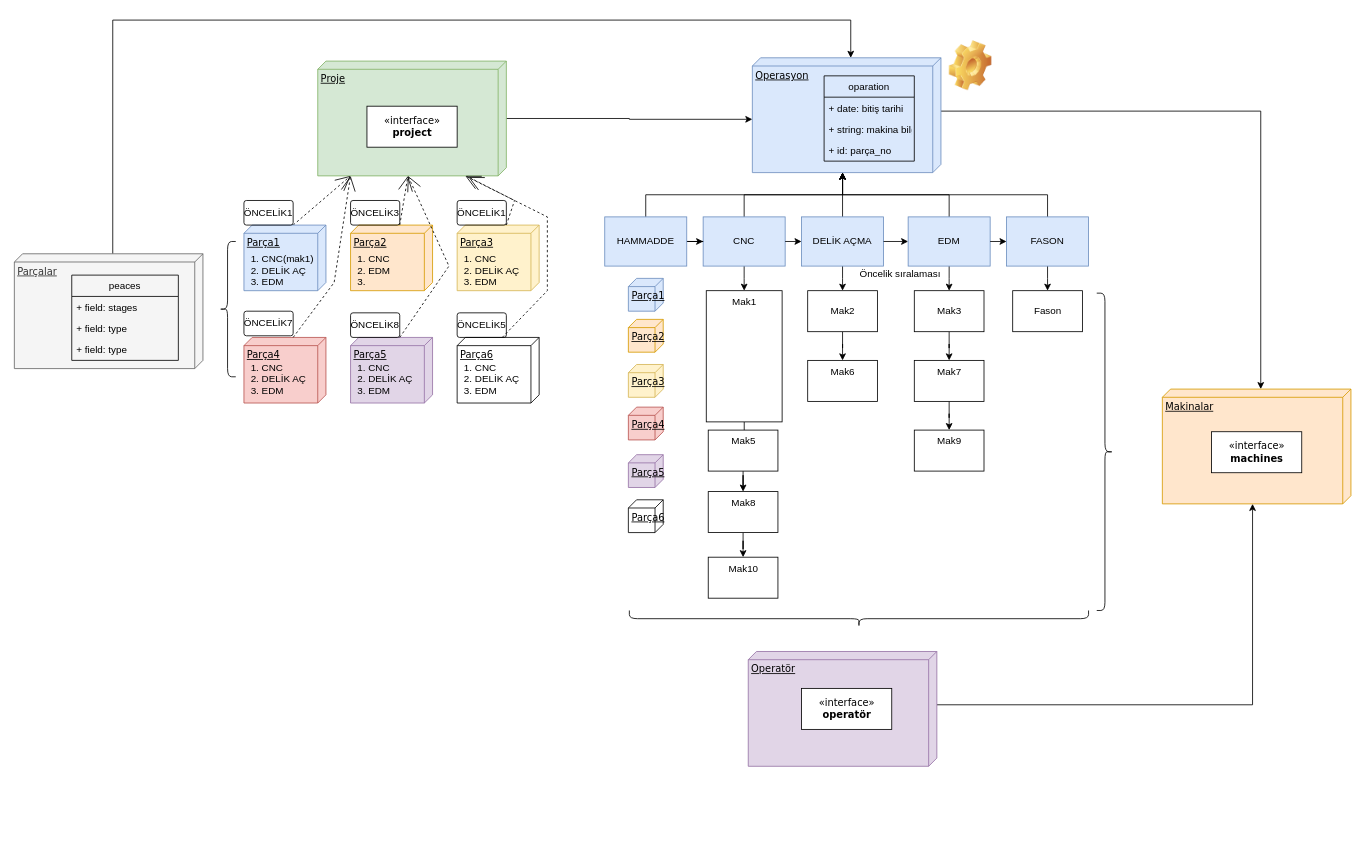
This is Untitled Diagram.drawio from aygunoz/Angular-Plannig-App-All-Frontend, a draw.io file, before an edit. Source tidied: cells renumbered, new cells numbered last; positions are measured from the earlier drawing's top-left corner, leaving out a move shared by most shapes. Both pictures are drawn from the tidied source at 82%, with x=0, y=0 at pixel (14, 20).
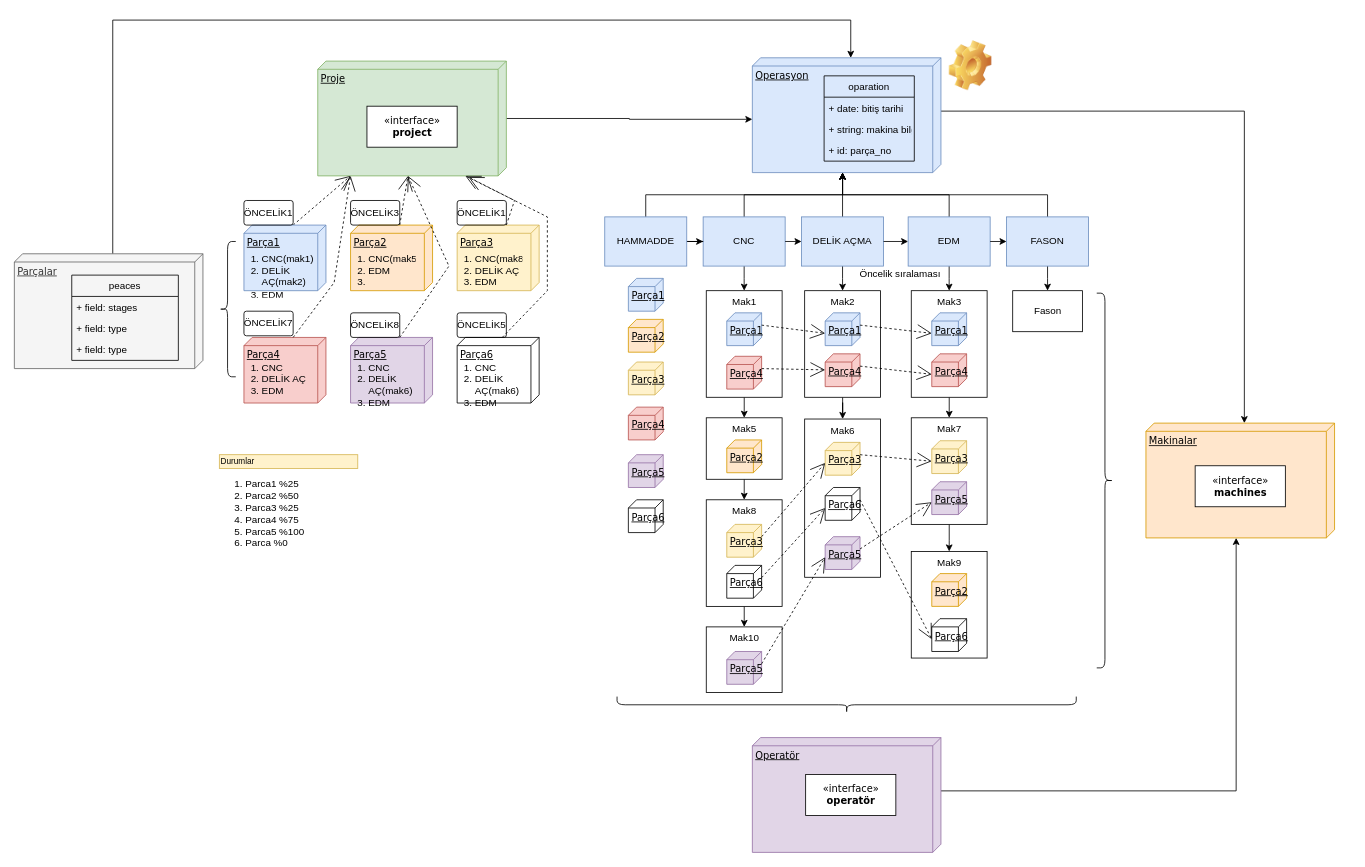
The same page after the edit.

Change to the diagram source:
```diff
@@
     <mxCell id="35" value="Makinalar" style="verticalAlign=top;align=left;spacingTop=8;spacingLeft=2;spacingRight=12;shape=cube;size=10;direction=south;fontStyle=4;html=1;rounded=0;shadow=0;comic=0;labelBackgroundColor=none;strokeWidth=1;fontFamily=Verdana;fontSize=12;fillColor=#ffe6cc;strokeColor=#d79b00;" parent="1" vertex="1">
-      <mxGeometry x="1400" y="450" width="230" height="140" as="geometry" />
+      <mxGeometry x="1380" y="491.5" width="230" height="140" as="geometry" />
     </mxCell>
     <mxCell id="36" value="&lt;div&gt;«interface»&lt;b&gt;&lt;br&gt;&lt;/b&gt;&lt;/div&gt;&lt;div&gt;&lt;b&gt;machines&lt;/b&gt;&lt;/div&gt;" style="html=1;rounded=0;shadow=0;comic=0;labelBackgroundColor=none;strokeWidth=1;fontFamily=Verdana;fontSize=12;align=center;" parent="1" vertex="1">
-      <mxGeometry x="1460" y="502" width="110" height="50" as="geometry" />
+      <mxGeometry x="1440" y="543.5" width="110" height="50" as="geometry" />
     </mxCell>
@@
     <mxCell id="38" value="Mak1" style="html=1;align=center;verticalAlign=top;" parent="1" vertex="1">
-      <mxGeometry x="843.8" y="330" width="92.5" height="160" as="geometry" />
+      <mxGeometry x="843.8" y="330" width="92.5" height="130" as="geometry" />
     </mxCell>
@@
-    <mxCell id="40" value="Mak2" style="html=1;" parent="1" vertex="1">
-      <mxGeometry x="967.5" y="330" width="85" height="50" as="geometry" />
+    <mxCell id="40" value="Mak2" style="html=1;verticalAlign=top;" parent="1" vertex="1">
+      <mxGeometry x="963.8" y="330" width="92.5" height="130" as="geometry" />
     </mxCell>
@@
-    <mxCell id="42" value="Mak3" style="html=1;" parent="1" vertex="1">
-      <mxGeometry x="1097.5" y="330" width="85" height="50" as="geometry" />
+    <mxCell id="42" value="Mak3" style="html=1;verticalAlign=top;" parent="1" vertex="1">
+      <mxGeometry x="1093.8" y="330" width="92.5" height="130" as="geometry" />
     </mxCell>
@@
     <mxCell id="44" value="Mak6" style="html=1;verticalAlign=top;" parent="1" vertex="1">
-      <mxGeometry x="967.5" y="415" width="85" height="50" as="geometry" />
+      <mxGeometry x="963.8" y="486.5" width="92.5" height="193" as="geometry" />
     </mxCell>
@@
     <mxCell id="46" value="Mak5" style="html=1;verticalAlign=top;" parent="1" vertex="1">
-      <mxGeometry x="846.2" y="500" width="85" height="50" as="geometry" />
+      <mxGeometry x="843.8" y="485" width="92.5" height="75" as="geometry" />
     </mxCell>
@@
     <mxCell id="48" value="Mak8" style="html=1;verticalAlign=top;" parent="1" vertex="1">
-      <mxGeometry x="846.2" y="575" width="85" height="50" as="geometry" />
+      <mxGeometry x="843.8" y="585" width="92.5" height="130" as="geometry" />
     </mxCell>
     <mxCell id="49" value="Mak10" style="html=1;verticalAlign=top;" parent="1" vertex="1">
-      <mxGeometry x="846.2" y="655" width="85" height="50" as="geometry" />
+      <mxGeometry x="843.8" y="740" width="92.5" height="80" as="geometry" />
     </mxCell>
@@
     <mxCell id="51" value="Mak7" style="html=1;verticalAlign=top;" parent="1" vertex="1">
-      <mxGeometry x="1097.5" y="415" width="85" height="50" as="geometry" />
+      <mxGeometry x="1093.8" y="485" width="92.5" height="130" as="geometry" />
     </mxCell>
     <mxCell id="52" value="Mak9" style="html=1;verticalAlign=top;" parent="1" vertex="1">
-      <mxGeometry x="1097.5" y="500" width="85" height="50" as="geometry" />
+      <mxGeometry x="1093.8" y="648" width="92.5" height="130" as="geometry" />
     </mxCell>
-    <mxCell id="53" value="&lt;ol&gt;&lt;li&gt;CNC(mak1)&lt;/li&gt;&lt;li&gt;DELİK AÇ&lt;br&gt;&lt;/li&gt;&lt;li&gt;EDM&lt;br&gt;&lt;/li&gt;&lt;/ol&gt;" style="text;strokeColor=none;fillColor=none;html=1;whiteSpace=wrap;verticalAlign=middle;overflow=hidden;" parent="1" vertex="1">
+    <mxCell id="53" value="&lt;ol&gt;&lt;li&gt;CNC(mak1)&lt;/li&gt;&lt;li&gt;DELİK AÇ(mak2)&lt;br&gt;&lt;/li&gt;&lt;li&gt;EDM&lt;br&gt;&lt;/li&gt;&lt;/ol&gt;" style="text;strokeColor=none;fillColor=none;html=1;whiteSpace=wrap;verticalAlign=middle;overflow=hidden;" parent="1" vertex="1">
       <mxGeometry x="260" y="270" width="110" height="70" as="geometry" />
     </mxCell>
-    <mxCell id="54" value="&lt;ol&gt;&lt;li&gt;CNC&lt;/li&gt;&lt;li&gt;EDM&lt;/li&gt;&lt;li&gt;&lt;br&gt;&lt;/li&gt;&lt;/ol&gt;" style="text;strokeColor=none;fillColor=none;html=1;whiteSpace=wrap;verticalAlign=middle;overflow=hidden;" parent="1" vertex="1">
+    <mxCell id="54" value="&lt;ol&gt;&lt;li&gt;CNC(mak5)&lt;/li&gt;&lt;li&gt;EDM&lt;/li&gt;&lt;li&gt;&lt;br&gt;&lt;/li&gt;&lt;/ol&gt;" style="text;strokeColor=none;fillColor=none;html=1;whiteSpace=wrap;verticalAlign=middle;overflow=hidden;" parent="1" vertex="1">
       <mxGeometry x="390" y="270" width="100" height="70" as="geometry" />
     </mxCell>
-    <mxCell id="55" value="&lt;ol&gt;&lt;li&gt;CNC&lt;/li&gt;&lt;li&gt;DELİK AÇ&lt;br&gt;&lt;/li&gt;&lt;li&gt;EDM&lt;br&gt;&lt;/li&gt;&lt;/ol&gt;" style="text;strokeColor=none;fillColor=none;html=1;whiteSpace=wrap;verticalAlign=middle;overflow=hidden;" parent="1" vertex="1">
+    <mxCell id="55" value="&lt;ol&gt;&lt;li&gt;CNC(mak8)&lt;/li&gt;&lt;li&gt;DELİK AÇ&lt;br&gt;&lt;/li&gt;&lt;li&gt;EDM&lt;br&gt;&lt;/li&gt;&lt;/ol&gt;" style="text;strokeColor=none;fillColor=none;html=1;whiteSpace=wrap;verticalAlign=middle;overflow=hidden;" parent="1" vertex="1">
       <mxGeometry x="520" y="270" width="100" height="70" as="geometry" />
     </mxCell>
@@
-    <mxCell id="57" value="&lt;ol&gt;&lt;li&gt;CNC&lt;/li&gt;&lt;li&gt;DELİK AÇ&lt;br&gt;&lt;/li&gt;&lt;li&gt;EDM&lt;br&gt;&lt;/li&gt;&lt;/ol&gt;" style="text;strokeColor=none;fillColor=none;html=1;whiteSpace=wrap;verticalAlign=middle;overflow=hidden;" parent="1" vertex="1">
+    <mxCell id="57" value="&lt;ol&gt;&lt;li&gt;CNC&lt;/li&gt;&lt;li&gt;DELİK AÇ(mak6)&lt;br&gt;&lt;/li&gt;&lt;li&gt;EDM&lt;br&gt;&lt;/li&gt;&lt;/ol&gt;" style="text;strokeColor=none;fillColor=none;html=1;whiteSpace=wrap;verticalAlign=middle;overflow=hidden;" parent="1" vertex="1">
       <mxGeometry x="390" y="402" width="100" height="70" as="geometry" />
     </mxCell>
-    <mxCell id="58" value="&lt;ol&gt;&lt;li&gt;CNC&lt;/li&gt;&lt;li&gt;DELİK AÇ&lt;br&gt;&lt;/li&gt;&lt;li&gt;EDM&lt;br&gt;&lt;/li&gt;&lt;/ol&gt;" style="text;strokeColor=none;fillColor=none;html=1;whiteSpace=wrap;verticalAlign=middle;overflow=hidden;" parent="1" vertex="1">
+    <mxCell id="58" value="&lt;ol&gt;&lt;li&gt;CNC&lt;/li&gt;&lt;li&gt;DELİK AÇ(mak6)&lt;br&gt;&lt;/li&gt;&lt;li&gt;EDM&lt;br&gt;&lt;/li&gt;&lt;/ol&gt;" style="text;strokeColor=none;fillColor=none;html=1;whiteSpace=wrap;verticalAlign=middle;overflow=hidden;" parent="1" vertex="1">
       <mxGeometry x="520" y="402" width="100" height="70" as="geometry" />
     </mxCell>
@@
     <mxCell id="68" value="Operatör" style="verticalAlign=top;align=left;spacingTop=8;spacingLeft=2;spacingRight=12;shape=cube;size=10;direction=south;fontStyle=4;html=1;rounded=0;shadow=0;comic=0;labelBackgroundColor=none;strokeWidth=1;fontFamily=Verdana;fontSize=12;fillColor=#e1d5e7;strokeColor=#9673a6;" parent="1" vertex="1">
-      <mxGeometry x="895" y="770" width="230" height="140" as="geometry" />
+      <mxGeometry x="900" y="875" width="230" height="140" as="geometry" />
     </mxCell>
     <mxCell id="69" style="shape=curlyBracket;whiteSpace=wrap;html=1;rounded=1;flipH=1;" parent="1" vertex="1">
-      <mxGeometry x="1320" y="333" width="20" height="387" as="geometry" />
+      <mxGeometry x="1320" y="333" width="20" height="457" as="geometry" />
     </mxCell>
     <mxCell id="70" value="&lt;div&gt;«interface»&lt;b&gt;&lt;br&gt;&lt;/b&gt;&lt;/div&gt;&lt;div&gt;&lt;b&gt;operatör&lt;/b&gt;&lt;/div&gt;" style="html=1;rounded=0;shadow=0;comic=0;labelBackgroundColor=none;strokeWidth=1;fontFamily=Verdana;fontSize=12;align=center;" parent="1" vertex="1">
-      <mxGeometry x="960" y="815" width="110" height="50" as="geometry" />
+      <mxGeometry x="965" y="920" width="110" height="50" as="geometry" />
     </mxCell>
@@
     <mxCell id="85" style="shape=curlyBracket;whiteSpace=wrap;html=1;rounded=1;flipH=1;rotation=90;" parent="1" vertex="1">
-      <mxGeometry x="1020" y="450" width="20" height="560" as="geometry" />
+      <mxGeometry x="1005" y="555" width="20" height="560" as="geometry" />
     </mxCell>
     <mxCell id="86" value="Parça3" style="verticalAlign=top;align=left;spacingTop=8;spacingLeft=2;spacingRight=12;shape=cube;size=10;direction=south;fontStyle=4;html=1;rounded=0;shadow=0;comic=0;labelBackgroundColor=none;strokeWidth=1;fontFamily=Verdana;fontSize=12;fillColor=#fff2cc;strokeColor=#d6b656;" parent="1" vertex="1">
-      <mxGeometry x="748.8" y="420" width="42.5" height="40" as="geometry" />
+      <mxGeometry x="868.8" y="615" width="42.5" height="40" as="geometry" />
     </mxCell>
@@
+    <mxCell id="91" value="&lt;div&gt;Parça1&lt;/div&gt;&lt;div&gt;&lt;pre&gt;&lt;br&gt;&lt;/pre&gt;&lt;/div&gt;" style="verticalAlign=top;align=left;spacingTop=8;spacingLeft=2;spacingRight=12;shape=cube;size=10;direction=south;fontStyle=4;html=1;rounded=0;shadow=0;comic=0;labelBackgroundColor=none;strokeWidth=1;fontFamily=Verdana;fontSize=12;fillColor=#dae8fc;strokeColor=#6c8ebf;" parent="1" vertex="1">
+      <mxGeometry x="868.8" y="357" width="42.5" height="40" as="geometry" />
+    </mxCell>
+    <mxCell id="92" value="Parça3" style="verticalAlign=top;align=left;spacingTop=8;spacingLeft=2;spacingRight=12;shape=cube;size=10;direction=south;fontStyle=4;html=1;rounded=0;shadow=0;comic=0;labelBackgroundColor=none;strokeWidth=1;fontFamily=Verdana;fontSize=12;fillColor=#fff2cc;strokeColor=#d6b656;" parent="1" vertex="1">
+      <mxGeometry x="748.8" y="417" width="42.5" height="40" as="geometry" />
+    </mxCell>
+    <mxCell id="93" value="Parça4" style="verticalAlign=top;align=left;spacingTop=8;spacingLeft=2;spacingRight=12;shape=cube;size=10;direction=south;fontStyle=4;html=1;rounded=0;shadow=0;comic=0;labelBackgroundColor=none;strokeWidth=1;fontFamily=Verdana;fontSize=12;fillColor=#f8cecc;strokeColor=#b85450;" parent="1" vertex="1">
+      <mxGeometry x="868.8" y="410" width="42.5" height="40" as="geometry" />
+    </mxCell>
+    <mxCell id="94" value="Parça2" style="verticalAlign=top;align=left;spacingTop=8;spacingLeft=2;spacingRight=12;shape=cube;size=10;direction=south;fontStyle=4;html=1;rounded=0;shadow=0;comic=0;labelBackgroundColor=none;strokeWidth=1;fontFamily=Verdana;fontSize=12;fillColor=#ffe6cc;strokeColor=#d79b00;" parent="1" vertex="1">
+      <mxGeometry x="868.8" y="512" width="42.5" height="40" as="geometry" />
+    </mxCell>
+    <mxCell id="95" value="Parça6" style="verticalAlign=top;align=left;spacingTop=8;spacingLeft=2;spacingRight=12;shape=cube;size=10;direction=south;fontStyle=4;html=1;rounded=0;shadow=0;comic=0;labelBackgroundColor=none;strokeWidth=1;fontFamily=Verdana;fontSize=12;fillColor=none;" parent="1" vertex="1">
+      <mxGeometry x="868.8" y="665" width="42.5" height="40" as="geometry" />
+    </mxCell>
+    <mxCell id="96" value="Parça5" style="verticalAlign=top;align=left;spacingTop=8;spacingLeft=2;spacingRight=12;shape=cube;size=10;direction=south;fontStyle=4;html=1;rounded=0;shadow=0;comic=0;labelBackgroundColor=none;strokeWidth=1;fontFamily=Verdana;fontSize=12;fillColor=#e1d5e7;strokeColor=#9673a6;" parent="1" vertex="1">
+      <mxGeometry x="868.8" y="770" width="42.5" height="40" as="geometry" />
+    </mxCell>
+    <mxCell id="97" value="&lt;div&gt;Parça1&lt;/div&gt;&lt;div&gt;&lt;pre&gt;&lt;br&gt;&lt;/pre&gt;&lt;/div&gt;" style="verticalAlign=top;align=left;spacingTop=8;spacingLeft=2;spacingRight=12;shape=cube;size=10;direction=south;fontStyle=4;html=1;rounded=0;shadow=0;comic=0;labelBackgroundColor=none;strokeWidth=1;fontFamily=Verdana;fontSize=12;fillColor=#dae8fc;strokeColor=#6c8ebf;" parent="1" vertex="1">
+      <mxGeometry x="988.8" y="357" width="42.5" height="40" as="geometry" />
+    </mxCell>
+    <mxCell id="98" value="Parça5" style="verticalAlign=top;align=left;spacingTop=8;spacingLeft=2;spacingRight=12;shape=cube;size=10;direction=south;fontStyle=4;html=1;rounded=0;shadow=0;comic=0;labelBackgroundColor=none;strokeWidth=1;fontFamily=Verdana;fontSize=12;fillColor=#e1d5e7;strokeColor=#9673a6;" parent="1" vertex="1">
+      <mxGeometry x="988.8" y="630" width="42.5" height="40" as="geometry" />
+    </mxCell>
+    <mxCell id="99" value="Parça6" style="verticalAlign=top;align=left;spacingTop=8;spacingLeft=2;spacingRight=12;shape=cube;size=10;direction=south;fontStyle=4;html=1;rounded=0;shadow=0;comic=0;labelBackgroundColor=none;strokeWidth=1;fontFamily=Verdana;fontSize=12;fillColor=none;" parent="1" vertex="1">
+      <mxGeometry x="988.8" y="570" width="42.5" height="40" as="geometry" />
+    </mxCell>
+    <mxCell id="100" value="Parça3" style="verticalAlign=top;align=left;spacingTop=8;spacingLeft=2;spacingRight=12;shape=cube;size=10;direction=south;fontStyle=4;html=1;rounded=0;shadow=0;comic=0;labelBackgroundColor=none;strokeWidth=1;fontFamily=Verdana;fontSize=12;fillColor=#fff2cc;strokeColor=#d6b656;" parent="1" vertex="1">
+      <mxGeometry x="988.8" y="515" width="42.5" height="40" as="geometry" />
+    </mxCell>
+    <mxCell id="101" value="Parça4" style="verticalAlign=top;align=left;spacingTop=8;spacingLeft=2;spacingRight=12;shape=cube;size=10;direction=south;fontStyle=4;html=1;rounded=0;shadow=0;comic=0;labelBackgroundColor=none;strokeWidth=1;fontFamily=Verdana;fontSize=12;fillColor=#f8cecc;strokeColor=#b85450;" parent="1" vertex="1">
+      <mxGeometry x="988.8" y="407" width="42.5" height="40" as="geometry" />
+    </mxCell>
+    <mxCell id="102" value="&lt;div&gt;Parça1&lt;/div&gt;&lt;div&gt;&lt;pre&gt;&lt;br&gt;&lt;/pre&gt;&lt;/div&gt;" style="verticalAlign=top;align=left;spacingTop=8;spacingLeft=2;spacingRight=12;shape=cube;size=10;direction=south;fontStyle=4;html=1;rounded=0;shadow=0;comic=0;labelBackgroundColor=none;strokeWidth=1;fontFamily=Verdana;fontSize=12;fillColor=#dae8fc;strokeColor=#6c8ebf;" parent="1" vertex="1">
+      <mxGeometry x="1118.8" y="357" width="42.5" height="40" as="geometry" />
+    </mxCell>
+    <mxCell id="103" value="Parça3" style="verticalAlign=top;align=left;spacingTop=8;spacingLeft=2;spacingRight=12;shape=cube;size=10;direction=south;fontStyle=4;html=1;rounded=0;shadow=0;comic=0;labelBackgroundColor=none;strokeWidth=1;fontFamily=Verdana;fontSize=12;fillColor=#fff2cc;strokeColor=#d6b656;" parent="1" vertex="1">
+      <mxGeometry x="1118.8" y="513" width="42.5" height="40" as="geometry" />
+    </mxCell>
+    <mxCell id="104" value="Parça2" style="verticalAlign=top;align=left;spacingTop=8;spacingLeft=2;spacingRight=12;shape=cube;size=10;direction=south;fontStyle=4;html=1;rounded=0;shadow=0;comic=0;labelBackgroundColor=none;strokeWidth=1;fontFamily=Verdana;fontSize=12;fillColor=#ffe6cc;strokeColor=#d79b00;" parent="1" vertex="1">
+      <mxGeometry x="1118.8" y="675" width="42.5" height="40" as="geometry" />
+    </mxCell>
+    <mxCell id="105" value="Parça4" style="verticalAlign=top;align=left;spacingTop=8;spacingLeft=2;spacingRight=12;shape=cube;size=10;direction=south;fontStyle=4;html=1;rounded=0;shadow=0;comic=0;labelBackgroundColor=none;strokeWidth=1;fontFamily=Verdana;fontSize=12;fillColor=#f8cecc;strokeColor=#b85450;" parent="1" vertex="1">
+      <mxGeometry x="1118.8" y="407" width="42.5" height="40" as="geometry" />
+    </mxCell>
+    <mxCell id="106" value="Parça5" style="verticalAlign=top;align=left;spacingTop=8;spacingLeft=2;spacingRight=12;shape=cube;size=10;direction=south;fontStyle=4;html=1;rounded=0;shadow=0;comic=0;labelBackgroundColor=none;strokeWidth=1;fontFamily=Verdana;fontSize=12;fillColor=#e1d5e7;strokeColor=#9673a6;" parent="1" vertex="1">
+      <mxGeometry x="1118.8" y="563" width="42.5" height="40" as="geometry" />
+    </mxCell>
+    <mxCell id="107" value="Parça6" style="verticalAlign=top;align=left;spacingTop=8;spacingLeft=2;spacingRight=12;shape=cube;size=10;direction=south;fontStyle=4;html=1;rounded=0;shadow=0;comic=0;labelBackgroundColor=none;strokeWidth=1;fontFamily=Verdana;fontSize=12;fillColor=none;" parent="1" vertex="1">
+      <mxGeometry x="1118.8" y="730" width="42.5" height="40" as="geometry" />
+    </mxCell>
+    <mxCell id="108" style="edgeStyle=none;rounded=0;html=1;dashed=1;labelBackgroundColor=none;startArrow=none;startFill=0;startSize=8;endArrow=open;endFill=0;endSize=16;fontFamily=Verdana;fontSize=12;exitX=0;exitY=0;exitDx=15;exitDy=0;exitPerimeter=0;entryX=0;entryY=0;entryDx=25;entryDy=42.5;entryPerimeter=0;" parent="1" edge="1" source="91" target="97">
+      <mxGeometry relative="1" as="geometry" />
+    </mxCell>
+    <mxCell id="109" style="edgeStyle=none;rounded=0;html=1;dashed=1;labelBackgroundColor=none;startArrow=none;startFill=0;startSize=8;endArrow=open;endFill=0;endSize=16;fontFamily=Verdana;fontSize=12;exitX=0;exitY=0;exitDx=15;exitDy=0;exitPerimeter=0;" parent="1" edge="1" source="93" target="101">
+      <mxGeometry relative="1" as="geometry" />
+    </mxCell>
+    <mxCell id="110" style="edgeStyle=none;rounded=0;html=1;dashed=1;labelBackgroundColor=none;startArrow=none;startFill=0;startSize=8;endArrow=open;endFill=0;endSize=16;fontFamily=Verdana;fontSize=12;exitX=0;exitY=0;exitDx=15;exitDy=0;exitPerimeter=0;entryX=0;entryY=0;entryDx=25;entryDy=42.5;entryPerimeter=0;" parent="1" edge="1" source="86" target="100">
+      <mxGeometry relative="1" as="geometry" />
+    </mxCell>
+    <mxCell id="111" style="edgeStyle=none;rounded=0;html=1;dashed=1;labelBackgroundColor=none;startArrow=none;startFill=0;startSize=8;endArrow=open;endFill=0;endSize=16;fontFamily=Verdana;fontSize=12;exitX=0;exitY=0;exitDx=15;exitDy=0;exitPerimeter=0;entryX=0;entryY=0;entryDx=25;entryDy=42.5;entryPerimeter=0;" parent="1" edge="1" source="95" target="99">
+      <mxGeometry relative="1" as="geometry" />
+    </mxCell>
+    <mxCell id="112" style="edgeStyle=none;rounded=0;html=1;dashed=1;labelBackgroundColor=none;startArrow=none;startFill=0;startSize=8;endArrow=open;endFill=0;endSize=16;fontFamily=Verdana;fontSize=12;exitX=0;exitY=0;exitDx=15;exitDy=0;exitPerimeter=0;entryX=0;entryY=0;entryDx=25;entryDy=42.5;entryPerimeter=0;" parent="1" edge="1" source="96" target="98">
+      <mxGeometry relative="1" as="geometry" />
+    </mxCell>
+    <mxCell id="113" style="edgeStyle=none;rounded=0;html=1;dashed=1;labelBackgroundColor=none;startArrow=none;startFill=0;startSize=8;endArrow=open;endFill=0;endSize=16;fontFamily=Verdana;fontSize=12;exitX=0;exitY=0;exitDx=15;exitDy=0;exitPerimeter=0;entryX=0;entryY=0;entryDx=25;entryDy=42.5;entryPerimeter=0;" parent="1" edge="1" source="97" target="102">
+      <mxGeometry relative="1" as="geometry" />
+    </mxCell>
+    <mxCell id="114" style="edgeStyle=none;rounded=0;html=1;dashed=1;labelBackgroundColor=none;startArrow=none;startFill=0;startSize=8;endArrow=open;endFill=0;endSize=16;fontFamily=Verdana;fontSize=12;exitX=0;exitY=0;exitDx=15;exitDy=0;exitPerimeter=0;entryX=0;entryY=0;entryDx=25;entryDy=42.5;entryPerimeter=0;" parent="1" edge="1" source="101" target="105">
+      <mxGeometry relative="1" as="geometry" />
+    </mxCell>
+    <mxCell id="115" style="edgeStyle=none;rounded=0;html=1;dashed=1;labelBackgroundColor=none;startArrow=none;startFill=0;startSize=8;endArrow=open;endFill=0;endSize=16;fontFamily=Verdana;fontSize=12;exitX=0;exitY=0;exitDx=15;exitDy=0;exitPerimeter=0;entryX=0;entryY=0;entryDx=25;entryDy=42.5;entryPerimeter=0;" parent="1" edge="1" source="100" target="103">
+      <mxGeometry relative="1" as="geometry" />
+    </mxCell>
+    <mxCell id="116" style="edgeStyle=none;rounded=0;html=1;dashed=1;labelBackgroundColor=none;startArrow=none;startFill=0;startSize=8;endArrow=open;endFill=0;endSize=16;fontFamily=Verdana;fontSize=12;exitX=0;exitY=0;exitDx=15;exitDy=0;exitPerimeter=0;entryX=0;entryY=0;entryDx=25;entryDy=42.5;entryPerimeter=0;" parent="1" edge="1" source="98" target="106">
+      <mxGeometry relative="1" as="geometry" />
+    </mxCell>
+    <mxCell id="117" style="edgeStyle=none;rounded=0;html=1;dashed=1;labelBackgroundColor=none;startArrow=none;startFill=0;startSize=8;endArrow=open;endFill=0;endSize=16;fontFamily=Verdana;fontSize=12;exitX=0;exitY=0;exitDx=15;exitDy=0;exitPerimeter=0;entryX=0;entryY=0;entryDx=25;entryDy=42.5;entryPerimeter=0;" parent="1" edge="1" source="99" target="107">
+      <mxGeometry relative="1" as="geometry" />
+    </mxCell>
+    <mxCell id="118" value="Durumlar" style="whiteSpace=wrap;html=1;shadow=0;dashed=0;fontSize=10;align=left;fillColor=#fff2cc;strokeColor=#d6b656;" parent="1" vertex="1">
+      <mxGeometry x="250" y="530" width="168.8" height="16.9" as="geometry" />
+    </mxCell>
+    <mxCell id="119" value="&lt;ol&gt;&lt;li&gt;Parca1 %25&lt;/li&gt;&lt;li&gt;Parca2 %50&lt;/li&gt;&lt;li&gt;Parca3 %25&lt;/li&gt;&lt;li&gt;Parca4 %75&lt;/li&gt;&lt;li&gt;Parca5 %100&lt;/li&gt;&lt;li&gt;Parca %0&lt;/li&gt;&lt;/ol&gt;" style="text;strokeColor=none;fillColor=none;html=1;whiteSpace=wrap;verticalAlign=middle;overflow=hidden;" parent="1" vertex="1">
+      <mxGeometry x="240" y="543" width="130" height="117" as="geometry" />
+    </mxCell>
```
